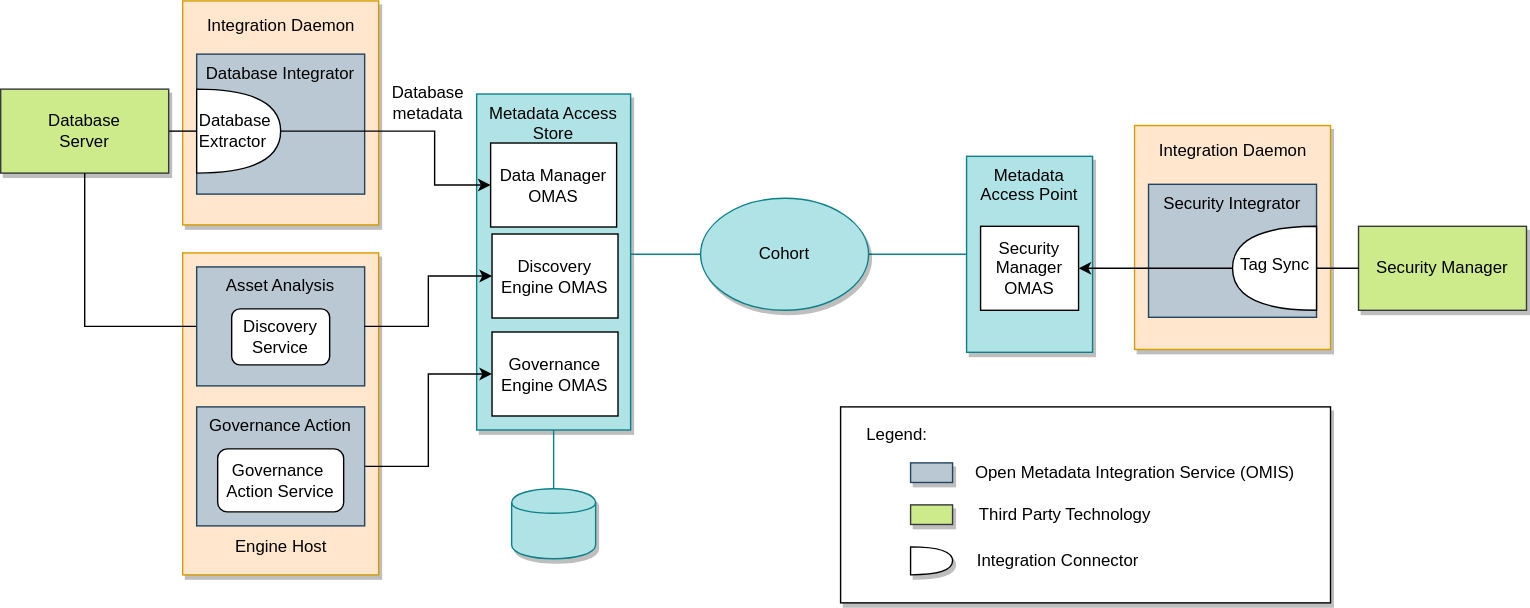
odpi/egeria-docs keeps this draw.io diagram as site/docs/features/synchronized-access-control/security-tags-deployment.svg. Above is the earlier version. Source tidied: cells renumbered, new cells last; positions are measured from the earlier drawing's top-left corner, leaving out a move shared by most shapes.
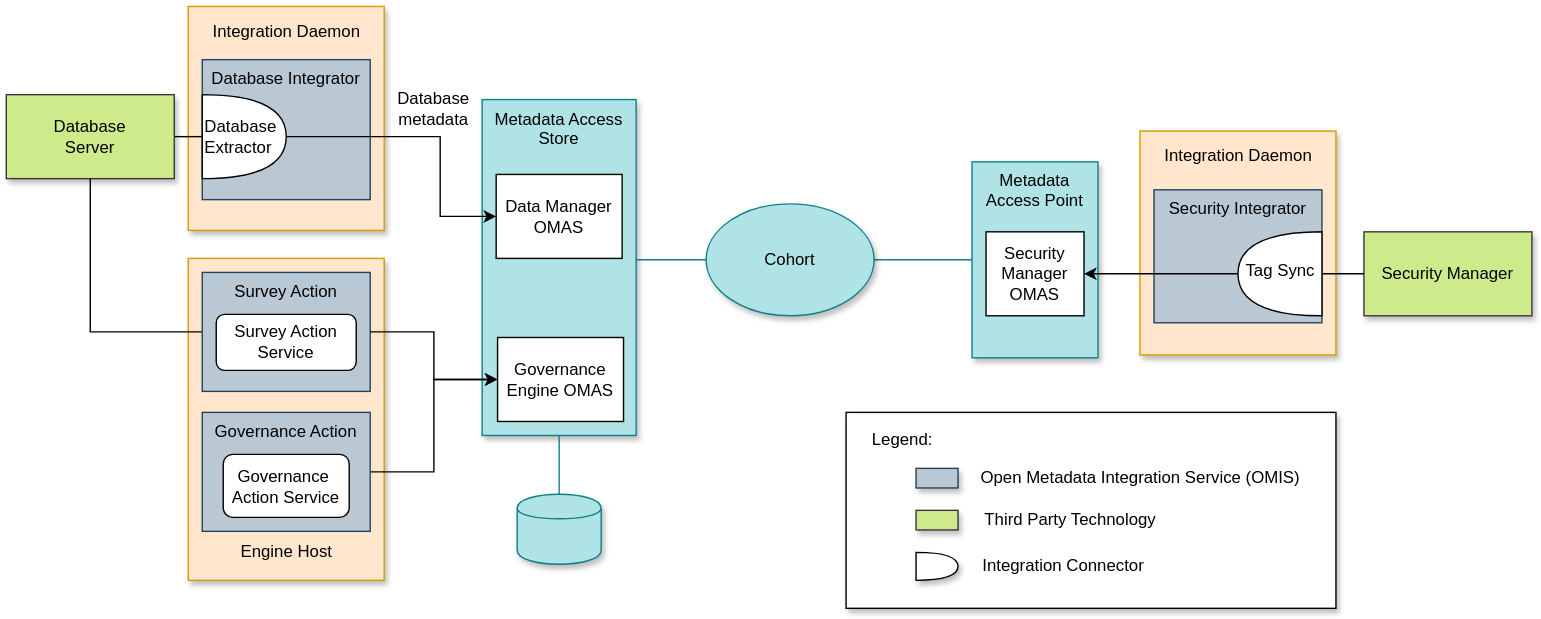
Above is the later version.

Diff of the diagram source:
```diff
@@ -17,7 +17,7 @@
       </mxGeometry>
     </mxCell>
     <mxCell id="6" value="Data Manager OMAS" style="rounded=0;whiteSpace=wrap;html=1;" parent="1" vertex="1">
-      <mxGeometry x="350" y="101.5" width="90" height="60" as="geometry" />
+      <mxGeometry x="350" y="120" width="90" height="60" as="geometry" />
     </mxCell>
     <mxCell id="7" style="rounded=0;whiteSpace=wrap;html=1;fillColor=#ffe6cc;strokeColor=#d79b00;shadow=1;" parent="1" vertex="1">
       <mxGeometry x="130" width="140" height="160" as="geometry" />
@@ -35,7 +35,7 @@
       <mxGeometry relative="1" as="geometry">
         <Array as="points">
           <mxPoint x="310" y="93" />
-          <mxPoint x="310" y="132" />
+          <mxPoint x="310" y="150" />
         </Array>
       </mxGeometry>
     </mxCell>
@@ -66,11 +66,11 @@
     <mxCell id="20" style="edgeStyle=orthogonalEdgeStyle;rounded=0;jettySize=auto;html=1;entryX=0.5;entryY=1;entryDx=0;entryDy=0;endArrow=none;endFill=0;" parent="1" edge="1" source="21" target="9">
       <mxGeometry relative="1" as="geometry" />
     </mxCell>
-    <mxCell id="21" value="Asset Analysis" style="rounded=0;whiteSpace=wrap;html=1;verticalAlign=top;fillColor=#bac8d3;strokeColor=#23445d;" parent="1" vertex="1">
+    <mxCell id="21" value="Survey Action" style="rounded=0;whiteSpace=wrap;html=1;verticalAlign=top;fillColor=#bac8d3;strokeColor=#23445d;" parent="1" vertex="1">
       <mxGeometry x="140" y="190" width="120" height="85" as="geometry" />
     </mxCell>
-    <mxCell id="22" value="Discovery Service" style="rounded=1;whiteSpace=wrap;html=1;" parent="1" vertex="1">
-      <mxGeometry x="165" y="220" width="70" height="40" as="geometry" />
+    <mxCell id="22" value="Survey Action Service" style="rounded=1;whiteSpace=wrap;html=1;" parent="1" vertex="1">
+      <mxGeometry x="150" y="220" width="100" height="40" as="geometry" />
     </mxCell>
     <mxCell id="23" style="edgeStyle=orthogonalEdgeStyle;rounded=0;jettySize=auto;html=1;exitX=1;exitY=0.5;exitDx=0;exitDy=0;entryX=0;entryY=0.5;entryDx=0;entryDy=0;endArrow=classic;endFill=1;" parent="1" edge="1" source="24" target="41">
       <mxGeometry relative="1" as="geometry" />
@@ -135,11 +135,8 @@
     <mxCell id="43" style="shape=cylinder;whiteSpace=wrap;html=1;boundedLbl=1;backgroundOutline=1;fillColor=#b0e3e6;strokeColor=#0e8088;shadow=1;" parent="1" vertex="1">
       <mxGeometry x="365" y="348.5" width="60" height="50" as="geometry" />
     </mxCell>
-    <mxCell id="44" value="Discovery&lt;br&gt;Engine OMAS" style="rounded=0;whiteSpace=wrap;html=1;" parent="1" vertex="1">
-      <mxGeometry x="351" y="166.5" width="90" height="60" as="geometry" />
+    <mxCell id="44" style="edgeStyle=orthogonalEdgeStyle;rounded=0;jettySize=auto;html=1;exitX=1;exitY=0.5;exitDx=0;exitDy=0;entryX=0;entryY=0.5;entryDx=0;entryDy=0;endArrow=classic;endFill=1;" parent="1" edge="1" source="21" target="41">
+      <mxGeometry relative="1" as="geometry" />
     </mxCell>
-    <mxCell id="45" style="edgeStyle=orthogonalEdgeStyle;rounded=0;jettySize=auto;html=1;exitX=1;exitY=0.5;exitDx=0;exitDy=0;entryX=0;entryY=0.5;entryDx=0;entryDy=0;endArrow=classic;endFill=1;" parent="1" edge="1" source="21" target="44">
-      <mxGeometry relative="1" as="geometry" />
-    </mxCell>
   </root>
 </mxGraphModel>
```
